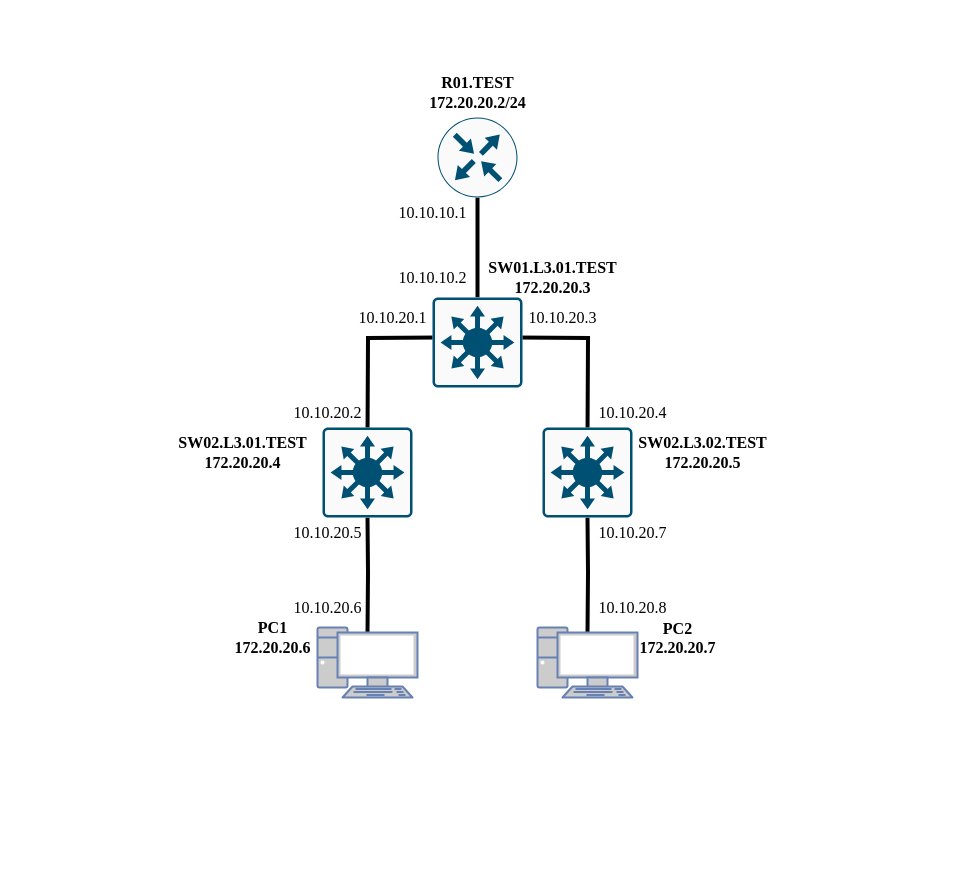
This is lab1/1.drawio from DimbikeY/2022_2023-introduction_in_routing-k33212_dolmatov_d_a, a draw.io file, before an edit. Source tidied: cells renumbered, new cells numbered last; positions are measured from the earlier drawing's top-left corner, leaving out a move shared by most shapes. Both pictures are drawn from the tidied source at 100%, with x=0, y=0 at pixel (167, 67).
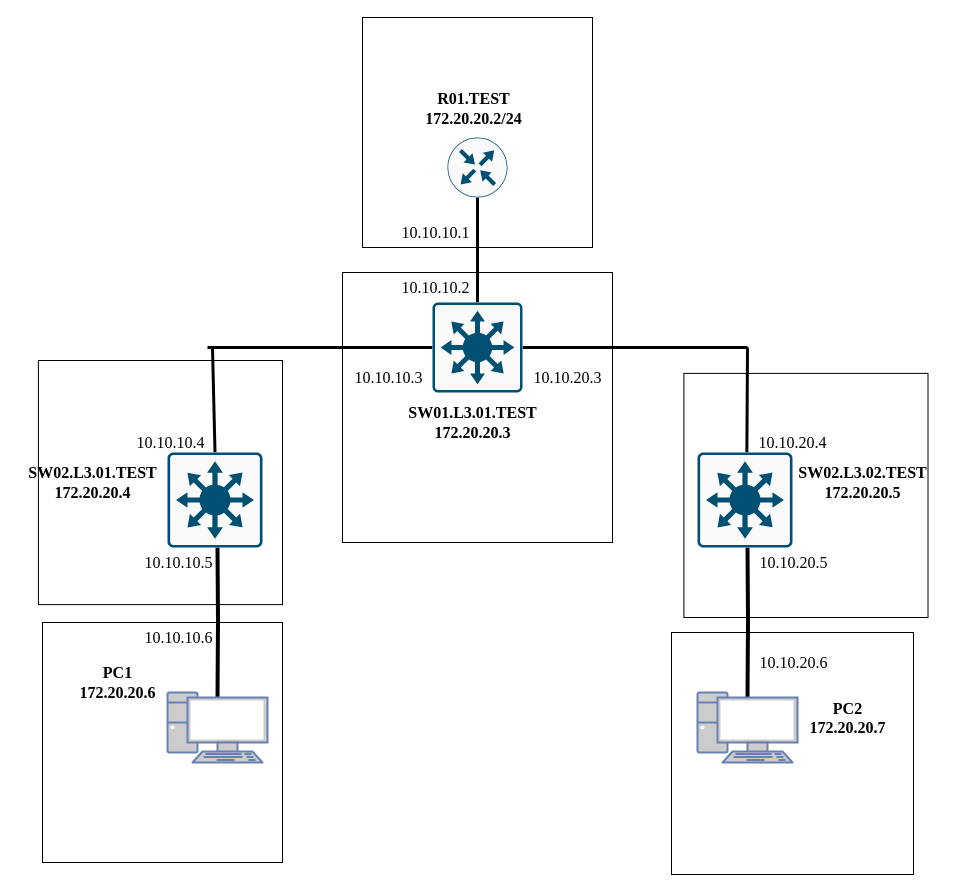
After the change.

Diff of the diagram source:
```diff
@@
-    <mxCell id="2" style="edgeStyle=orthogonalEdgeStyle;rounded=0;orthogonalLoop=1;jettySize=auto;html=1;entryX=0.5;entryY=0;entryDx=0;entryDy=0;endArrow=none;endFill=0;strokeWidth=4;" parent="1" edge="1">
-      <mxGeometry relative="1" as="geometry">
-        <mxPoint x="310" y="130" as="sourcePoint" />
-        <mxPoint x="310" y="230" as="targetPoint" />
-      </mxGeometry>
-    </mxCell>
-    <mxCell id="3" style="edgeStyle=orthogonalEdgeStyle;rounded=0;orthogonalLoop=1;jettySize=auto;html=1;strokeWidth=4;endArrow=none;endFill=0;entryX=0.5;entryY=0;entryDx=0;entryDy=0;" parent="1" edge="1">
-      <mxGeometry relative="1" as="geometry">
-        <mxPoint x="270" y="270" as="sourcePoint" />
-        <mxPoint x="200" y="370" as="targetPoint" />
-      </mxGeometry>
-    </mxCell>
-    <mxCell id="4" style="edgeStyle=orthogonalEdgeStyle;rounded=0;orthogonalLoop=1;jettySize=auto;html=1;strokeWidth=4;endArrow=none;endFill=0;entryX=0.5;entryY=0;entryDx=0;entryDy=0;" parent="1" edge="1">
-      <mxGeometry relative="1" as="geometry">
-        <mxPoint x="350" y="270" as="sourcePoint" />
-        <mxPoint x="420" y="370" as="targetPoint" />
-      </mxGeometry>
-    </mxCell>
+    <mxCell id="29" style="whiteSpace=wrap;html=1;fontSize=16;" parent="1" vertex="1">
+      <mxGeometry x="-125" y="555" width="240" height="240" as="geometry" />
+    </mxCell>
+    <mxCell id="30" style="whiteSpace=wrap;html=1;fontSize=16;" parent="1" vertex="1">
+      <mxGeometry x="-129.1" y="293" width="244.1" height="244.1" as="geometry" />
+    </mxCell>
+    <mxCell id="31" style="whiteSpace=wrap;html=1;fontSize=16;" parent="1" vertex="1">
+      <mxGeometry x="504" y="565" width="242" height="242" as="geometry" />
+    </mxCell>
+    <mxCell id="32" style="whiteSpace=wrap;html=1;fontSize=16;" parent="1" vertex="1">
+      <mxGeometry x="516.4" y="305.9" width="244.1" height="244.1" as="geometry" />
+    </mxCell>
+    <mxCell id="33" style="whiteSpace=wrap;html=1;fontSize=12;" parent="1" vertex="1">
+      <mxGeometry x="175" y="205" width="270" height="270" as="geometry" />
+    </mxCell>
+    <mxCell id="34" style="whiteSpace=wrap;html=1;" parent="1" vertex="1">
+      <mxGeometry x="195" y="-50" width="230" height="230" as="geometry" />
+    </mxCell>
     <mxCell id="5" style="edgeStyle=orthogonalEdgeStyle;rounded=0;jettySize=auto;html=1;entryX=0.5;entryY=0.07;entryDx=0;entryDy=0;entryPerimeter=0;strokeWidth=4;endArrow=none;endFill=0;" parent="1" edge="1" target="7">
       <mxGeometry relative="1" as="geometry">
-        <mxPoint x="200" y="450" as="sourcePoint" />
+        <mxPoint x="50" y="480" as="sourcePoint" />
       </mxGeometry>
     </mxCell>
     <mxCell id="6" style="edgeStyle=orthogonalEdgeStyle;rounded=0;jettySize=auto;html=1;entryX=0.5;entryY=0.07;entryDx=0;entryDy=0;entryPerimeter=0;strokeWidth=4;endArrow=none;endFill=0;" parent="1" edge="1" target="8">
       <mxGeometry relative="1" as="geometry">
-        <mxPoint x="420" y="450" as="sourcePoint" />
+        <mxPoint x="580" y="480" as="sourcePoint" />
       </mxGeometry>
     </mxCell>
     <mxCell id="7" style="fontColor=#0066CC;verticalAlign=top;verticalLabelPosition=bottom;labelPosition=center;align=center;html=1;outlineConnect=0;fillColor=#CCCCCC;strokeColor=#6881B3;gradientColor=none;gradientDirection=north;strokeWidth=2;shape=mxgraph.networks.pc;" parent="1" vertex="1">
-      <mxGeometry x="150" y="560" width="100" height="70" as="geometry" />
+      <mxGeometry y="625" width="100" height="70" as="geometry" />
     </mxCell>
     <mxCell id="8" style="fontColor=#0066CC;verticalAlign=top;verticalLabelPosition=bottom;labelPosition=center;align=center;html=1;outlineConnect=0;fillColor=#CCCCCC;strokeColor=#6881B3;gradientColor=none;gradientDirection=north;strokeWidth=2;shape=mxgraph.networks.pc;" parent="1" vertex="1">
-      <mxGeometry x="370" y="560" width="100" height="70" as="geometry" />
+      <mxGeometry x="530" y="625" width="100" height="70" as="geometry" />
     </mxCell>
-    <mxCell id="9" value="&lt;font face=&quot;Times New Roman&quot; style=&quot;font-size: 16px;&quot;&gt;&lt;b&gt;R01.TEST&lt;br&gt;172.20.20.2/24&lt;br&gt;&lt;/b&gt;&lt;/font&gt;" style="text;html=1;align=center;verticalAlign=middle;strokeColor=none;fillColor=none;" parent="1" vertex="1">
-      <mxGeometry x="250" width="120" height="50" as="geometry" />
+    <mxCell id="9" value="&lt;font face=&quot;Times New Roman&quot; style=&quot;&quot;&gt;&lt;b style=&quot;font-size: 16px;&quot;&gt;&lt;font style=&quot;font-size: 16px;&quot;&gt;R01.TEST&lt;br&gt;172.20.20.2/24&lt;/font&gt;&lt;br&gt;&lt;/b&gt;&lt;/font&gt;" style="text;html=1;align=center;verticalAlign=middle;strokeColor=none;fillColor=none;" parent="1" vertex="1">
+      <mxGeometry x="246" y="11" width="120" height="60" as="geometry" />
     </mxCell>
     <mxCell id="10" value="&lt;b&gt;SW01.L3.01.TEST&lt;br&gt;172.20.20.3&lt;br&gt;&lt;/b&gt;" style="text;html=1;align=center;verticalAlign=middle;strokeColor=none;fillColor=none;fontSize=16;fontFamily=Times New Roman;" parent="1" vertex="1">
-      <mxGeometry x="310" y="185" width="150" height="50" as="geometry" />
+      <mxGeometry x="230" y="330" width="150" height="50" as="geometry" />
     </mxCell>
     <mxCell id="11" value="&lt;b&gt;SW02.L3.02.TEST&lt;br&gt;172.20.20.5&lt;br&gt;&lt;/b&gt;" style="text;html=1;align=center;verticalAlign=middle;strokeColor=none;fillColor=none;fontSize=16;fontFamily=Times New Roman;" parent="1" vertex="1">
-      <mxGeometry x="460" y="360" width="150" height="50" as="geometry" />
+      <mxGeometry x="620" y="390" width="150" height="50" as="geometry" />
     </mxCell>
     <mxCell id="12" value="&lt;b style=&quot;border-color: var(--border-color);&quot;&gt;SW02.L3.01.TEST&lt;br&gt;172.20.20.4&lt;br&gt;&lt;/b&gt;" style="text;html=1;align=center;verticalAlign=middle;strokeColor=none;fillColor=none;fontSize=16;fontFamily=Times New Roman;" parent="1" vertex="1">
-      <mxGeometry y="360" width="150" height="50" as="geometry" />
+      <mxGeometry x="-150" y="390" width="150" height="50" as="geometry" />
     </mxCell>
     <mxCell id="13" value="&lt;b&gt;PC2&lt;br&gt;172.20.20.7&lt;br&gt;&lt;br&gt;&lt;/b&gt;" style="text;html=1;align=center;verticalAlign=middle;strokeColor=none;fillColor=none;fontSize=16;fontFamily=Times New Roman;" parent="1" vertex="1">
-      <mxGeometry x="460" y="545" width="100" height="70" as="geometry" />
+      <mxGeometry x="630" y="625" width="100" height="70" as="geometry" />
     </mxCell>
     <mxCell id="14" value="&lt;b style=&quot;border-color: var(--border-color);&quot;&gt;PC1&lt;br&gt;172.20.20.6&lt;br&gt;&lt;/b&gt;" style="text;html=1;align=center;verticalAlign=middle;strokeColor=none;fillColor=none;fontSize=16;fontFamily=Times New Roman;" parent="1" vertex="1">
-      <mxGeometry x="55" y="545" width="100" height="50" as="geometry" />
+      <mxGeometry x="-100" y="590" width="100" height="50" as="geometry" />
     </mxCell>
+    <mxCell id="35" style="rounded=0;jettySize=auto;html=1;exitX=0.5;exitY=1;exitDx=0;exitDy=0;exitPerimeter=0;entryX=0.5;entryY=0;entryDx=0;entryDy=0;entryPerimeter=0;fontSize=12;endSize=8;endArrow=none;endFill=0;startSize=8;jumpSize=13;strokeWidth=3;" parent="1" edge="1" source="15" target="16">
+      <mxGeometry relative="1" as="geometry" />
+    </mxCell>
     <mxCell id="15" style="sketch=0;points=[[0.5,0,0],[1,0.5,0],[0.5,1,0],[0,0.5,0],[0.145,0.145,0],[0.8555,0.145,0],[0.855,0.8555,0],[0.145,0.855,0]];verticalLabelPosition=bottom;html=1;verticalAlign=top;align=center;shape=mxgraph.cisco19.rect;prIcon=router;fillColor=#FAFAFA;strokeColor=#005073;fontFamily=Times New Roman;fontSize=16;" parent="1" vertex="1">
-      <mxGeometry x="270" y="50" width="80" height="80" as="geometry" />
+      <mxGeometry x="280" y="70" width="60" height="60" as="geometry" />
     </mxCell>
+    <mxCell id="36" style="edgeStyle=none;rounded=0;jumpSize=13;jettySize=auto;html=1;strokeWidth=3;fontSize=16;endArrow=none;endFill=0;startSize=8;endSize=8;" parent="1" edge="1" source="16">
+      <mxGeometry relative="1" as="geometry">
+        <mxPoint x="580" y="280" as="targetPoint" />
+      </mxGeometry>
+    </mxCell>
+    <mxCell id="37" style="edgeStyle=none;rounded=0;jumpSize=13;jettySize=auto;html=1;strokeWidth=3;fontSize=16;endArrow=none;endFill=0;startSize=8;endSize=8;" parent="1" edge="1" source="16">
+      <mxGeometry relative="1" as="geometry">
+        <mxPoint x="40" y="280" as="targetPoint" />
+      </mxGeometry>
+    </mxCell>
     <mxCell id="16" style="sketch=0;points=[[0.015,0.015,0],[0.985,0.015,0],[0.985,0.985,0],[0.015,0.985,0],[0.25,0,0],[0.5,0,0],[0.75,0,0],[1,0.25,0],[1,0.5,0],[1,0.75,0],[0.75,1,0],[0.5,1,0],[0.25,1,0],[0,0.75,0],[0,0.5,0],[0,0.25,0]];verticalLabelPosition=bottom;html=1;verticalAlign=top;align=center;shape=mxgraph.cisco19.rect;prIcon=l3_switch;fillColor=#FAFAFA;strokeColor=#005073;fontFamily=Times New Roman;fontSize=16;" parent="1" vertex="1">
-      <mxGeometry x="265" y="230" width="90" height="90" as="geometry" />
+      <mxGeometry x="265" y="235" width="90" height="90" as="geometry" />
     </mxCell>
+    <mxCell id="38" style="edgeStyle=none;rounded=0;jumpSize=13;jettySize=auto;html=1;exitX=0.5;exitY=0;exitDx=0;exitDy=0;exitPerimeter=0;strokeWidth=3;fontSize=16;endArrow=none;endFill=0;startSize=8;endSize=8;" parent="1" edge="1" source="17">
+      <mxGeometry relative="1" as="geometry">
+        <mxPoint x="45" y="280" as="targetPoint" />
+      </mxGeometry>
+    </mxCell>
     <mxCell id="17" style="sketch=0;points=[[0.015,0.015,0],[0.985,0.015,0],[0.985,0.985,0],[0.015,0.985,0],[0.25,0,0],[0.5,0,0],[0.75,0,0],[1,0.25,0],[1,0.5,0],[1,0.75,0],[0.75,1,0],[0.5,1,0],[0.25,1,0],[0,0.75,0],[0,0.5,0],[0,0.25,0]];verticalLabelPosition=bottom;html=1;verticalAlign=top;align=center;shape=mxgraph.cisco19.rect;prIcon=l3_switch;fillColor=#FAFAFA;strokeColor=#005073;fontFamily=Times New Roman;fontSize=16;" parent="1" vertex="1">
-      <mxGeometry x="155" y="360" width="90" height="90" as="geometry" />
+      <mxGeometry y="385" width="95" height="95" as="geometry" />
     </mxCell>
-    <mxCell id="18" style="sketch=0;verticalLabelPosition=bottom;html=1;verticalAlign=top;align=center;shape=mxgraph.cisco19.rect;prIcon=l3_switch;fillColor=#FAFAFA;strokeColor=#005073;fontFamily=Times New Roman;fontSize=16;" parent="1" vertex="1">
-      <mxGeometry x="375" y="360" width="90" height="90" as="geometry" />
-    </mxCell>
     <mxCell id="19" value="10.10.10.2" style="text;html=1;align=center;verticalAlign=middle;strokeColor=none;fillColor=none;fontSize=16;fontFamily=Times New Roman;" parent="1" vertex="1">
-      <mxGeometry x="220" y="195" width="90" height="30" as="geometry" />
+      <mxGeometry x="222.5" y="205" width="90" height="30" as="geometry" />
     </mxCell>
-    <mxCell id="20" value="10.10.10.1" style="text;html=1;align=center;verticalAlign=middle;strokeColor=none;fillColor=none;fontSize=16;fontFamily=Times New Roman;" parent="1" vertex="1">
-      <mxGeometry x="220" y="130" width="90" height="30" as="geometry" />
-    </mxCell>
-    <mxCell id="21" value="10.10.20.1" style="text;html=1;align=center;verticalAlign=middle;strokeColor=none;fillColor=none;fontSize=16;fontFamily=Times New Roman;" parent="1" vertex="1">
-      <mxGeometry x="180" y="235" width="90" height="30" as="geometry" />
+    <mxCell id="21" value="10.10.10.3" style="text;html=1;align=center;verticalAlign=middle;strokeColor=none;fillColor=none;fontSize=16;fontFamily=Times New Roman;" parent="1" vertex="1">
+      <mxGeometry x="168" y="295" width="105" height="30" as="geometry" />
     </mxCell>
     <mxCell id="22" value="10.10.20.3" style="text;html=1;align=center;verticalAlign=middle;strokeColor=none;fillColor=none;fontSize=16;fontFamily=Times New Roman;" parent="1" vertex="1">
-      <mxGeometry x="350" y="235" width="90" height="30" as="geometry" />
+      <mxGeometry x="355" y="295" width="90" height="30" as="geometry" />
     </mxCell>
-    <mxCell id="23" value="10.10.20.2" style="text;html=1;align=center;verticalAlign=middle;strokeColor=none;fillColor=none;fontSize=16;fontFamily=Times New Roman;" parent="1" vertex="1">
-      <mxGeometry x="115" y="330" width="90" height="30" as="geometry" />
+    <mxCell id="23" value="10.10.10.4" style="text;html=1;align=center;verticalAlign=middle;strokeColor=none;fillColor=none;fontSize=16;fontFamily=Times New Roman;" parent="1" vertex="1">
+      <mxGeometry x="-50" y="360" width="105" height="30" as="geometry" />
     </mxCell>
     <mxCell id="24" value="10.10.20.4" style="text;html=1;align=center;verticalAlign=middle;points=[];strokeColor=none;fillColor=none;fontSize=16;fontFamily=Times New Roman;" parent="1" vertex="1">
-      <mxGeometry x="420" y="330" width="90" height="30" as="geometry" />
+      <mxGeometry x="580" y="360" width="90" height="30" as="geometry" />
     </mxCell>
-    <mxCell id="25" value="10.10.20.5" style="text;html=1;align=center;verticalAlign=middle;strokeColor=none;fillColor=none;fontSize=16;fontFamily=Times New Roman;" parent="1" vertex="1">
-      <mxGeometry x="115" y="450" width="90" height="30" as="geometry" />
+    <mxCell id="25" value="10.10.10.5" style="text;html=1;align=center;verticalAlign=middle;strokeColor=none;fillColor=none;fontSize=16;fontFamily=Times New Roman;" parent="1" vertex="1">
+      <mxGeometry x="-42" y="480" width="105" height="30" as="geometry" />
     </mxCell>
-    <mxCell id="26" value="10.10.20.6" style="text;html=1;align=center;verticalAlign=middle;strokeColor=none;fillColor=none;fontSize=16;fontFamily=Times New Roman;" parent="1" vertex="1">
-      <mxGeometry x="115" y="525" width="90" height="30" as="geometry" />
+    <mxCell id="26" value="10.10.10.6" style="text;html=1;align=center;verticalAlign=middle;strokeColor=none;fillColor=none;fontSize=16;fontFamily=Times New Roman;" parent="1" vertex="1">
+      <mxGeometry x="-42" y="555" width="105" height="30" as="geometry" />
     </mxCell>
-    <mxCell id="27" value="10.10.20.7" style="text;html=1;align=center;verticalAlign=middle;strokeColor=none;fillColor=none;fontSize=16;fontFamily=Times New Roman;" parent="1" vertex="1">
-      <mxGeometry x="420" y="450" width="90" height="30" as="geometry" />
+    <mxCell id="27" value="10.10.20.5" style="text;html=1;align=center;verticalAlign=middle;strokeColor=none;fillColor=none;fontSize=16;fontFamily=Times New Roman;" parent="1" vertex="1">
+      <mxGeometry x="573" y="480" width="105" height="30" as="geometry" />
     </mxCell>
-    <mxCell id="28" value="10.10.20.8" style="text;html=1;align=center;verticalAlign=middle;strokeColor=none;fillColor=none;fontSize=16;fontFamily=Times New Roman;" parent="1" vertex="1">
-      <mxGeometry x="420" y="525" width="90" height="30" as="geometry" />
+    <mxCell id="28" value="10.10.20.6" style="text;html=1;align=center;verticalAlign=middle;strokeColor=none;fillColor=none;fontSize=16;fontFamily=Times New Roman;" parent="1" vertex="1">
+      <mxGeometry x="573" y="580" width="105" height="30" as="geometry" />
     </mxCell>
+    <mxCell id="20" value="&lt;font style=&quot;font-size: 16px;&quot;&gt;10.10.10.1&lt;/font&gt;" style="text;html=1;align=center;verticalAlign=middle;strokeColor=none;fillColor=none;fontSize=16;fontFamily=Times New Roman;" parent="1" vertex="1">
+      <mxGeometry x="215" y="150" width="105" height="30" as="geometry" />
+    </mxCell>
+    <mxCell id="39" style="endArrow=none;html=1;rounded=0;strokeWidth=3;fontSize=16;startSize=8;endSize=8;jumpSize=13;exitX=-0.007;exitY=0.844;exitDx=0;exitDy=0;exitPerimeter=0;" parent="1" edge="1" source="24">
+      <mxGeometry relative="1" as="geometry">
+        <mxPoint x="580" y="280" as="targetPoint" />
+      </mxGeometry>
+    </mxCell>
+    <mxCell id="40" style="sketch=0;verticalLabelPosition=bottom;html=1;verticalAlign=top;align=center;shape=mxgraph.cisco19.rect;prIcon=l3_switch;fillColor=#FAFAFA;strokeColor=#005073;fontFamily=Times New Roman;fontSize=16;" parent="1" vertex="1">
+      <mxGeometry x="530" y="385" width="95" height="95" as="geometry" />
+    </mxCell>
```
